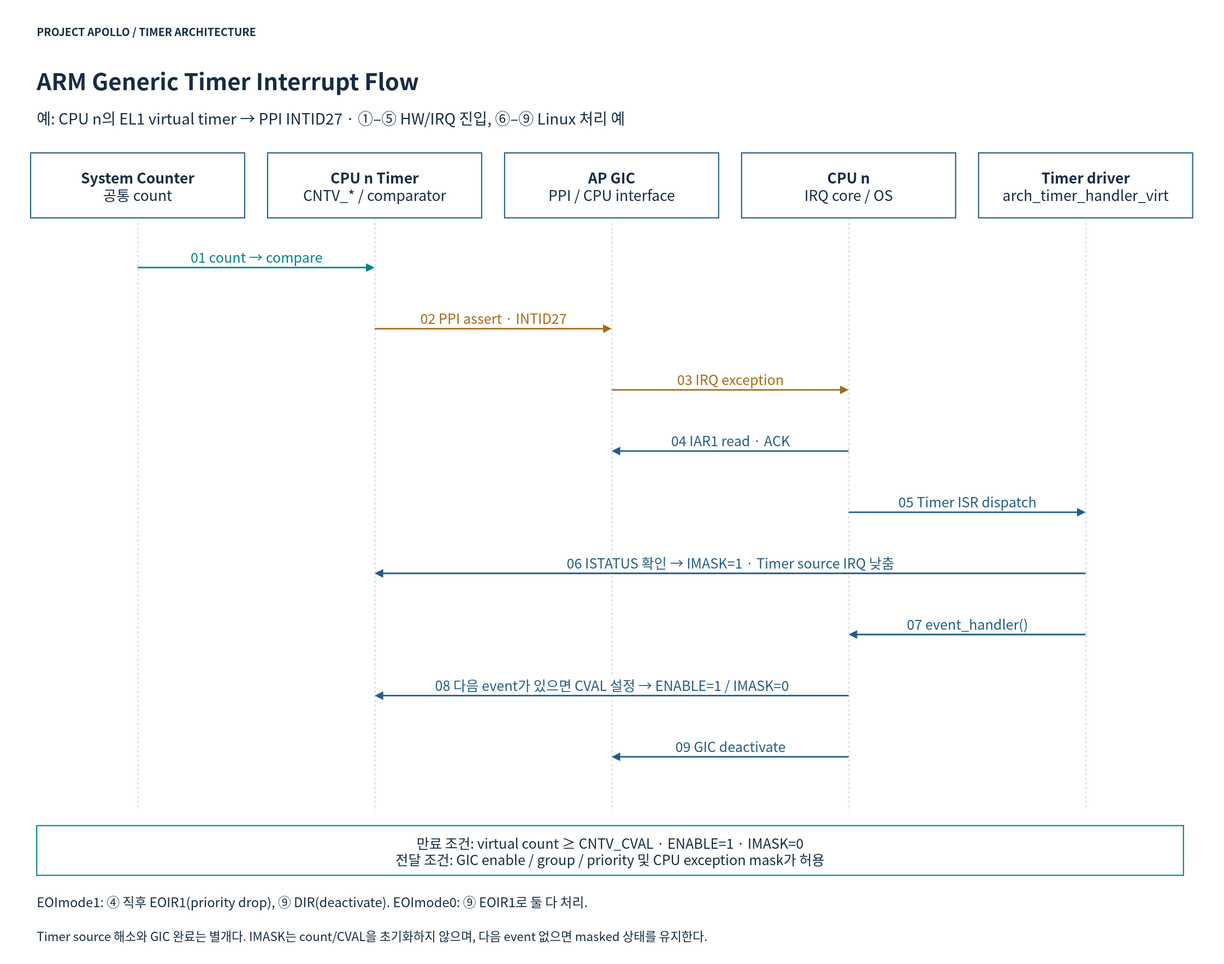
The draw.io diagram doc/phase1/timer/diagrams/01-irq-flow.drawio.svg in cometzero/project-apollo, before a commit. Source tidied: cells renumbered, new cells last; positions are measured from the earlier drawing's top-left corner, leaving out a move shared by most shapes.
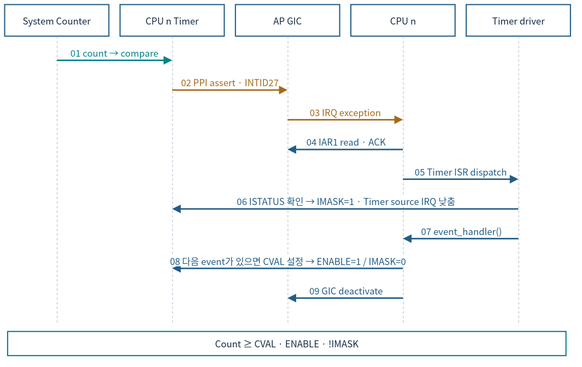
After the change.

Change to the diagram source:
```diff
@@ -2,125 +2,107 @@
   <root>
     <mxCell id="0" />
     <mxCell id="1" parent="0" />
-    <mxCell id="2" style="rounded=0;whiteSpace=wrap;html=1;fillColor=#FFFFFF;fontColor=#172C43;fontFamily=Noto Sans CJK KR;fontSize=21;strokeWidth=1.5;spacing=12;strokeColor=none;" parent="1" vertex="1">
-      <mxGeometry width="1600" height="1260" as="geometry" />
-    </mxCell>
-    <mxCell id="3" value="PROJECT APOLLO / TIMER ARCHITECTURE" style="rounded=0;whiteSpace=wrap;html=1;fillColor=#FFFFFF;fontColor=#172C43;fontFamily=Noto Sans CJK KR;fontSize=21;strokeWidth=1.5;spacing=12;strokeColor=none;align=left;fontSize=14;fontStyle=1;spacing=0;" parent="1" vertex="1">
-      <mxGeometry x="48" y="26" width="1500" height="30" as="geometry" />
-    </mxCell>
-    <mxCell id="4" value="ARM Generic Timer Interrupt Flow" style="rounded=0;whiteSpace=wrap;html=1;fillColor=#FFFFFF;fontColor=#172C43;fontFamily=Noto Sans CJK KR;fontSize=21;strokeWidth=1.5;spacing=12;strokeColor=none;align=left;fontSize=30;fontStyle=1;spacing=0;" parent="1" vertex="1">
-      <mxGeometry x="48" y="76" width="1500" height="55" as="geometry" />
-    </mxCell>
-    <mxCell id="5" value="예: CPU n의 EL1 virtual timer → PPI INTID27 · ①–⑤ HW/IRQ 진입, ⑥–⑨ Linux 처리 예" style="rounded=0;whiteSpace=wrap;html=1;fillColor=#FFFFFF;fontColor=#172C43;fontFamily=Noto Sans CJK KR;fontSize=21;strokeWidth=1.5;spacing=12;strokeColor=none;align=left;fontSize=20;spacing=0;" parent="1" vertex="1">
-      <mxGeometry x="48" y="138" width="1500" height="32" as="geometry" />
-    </mxCell>
-    <mxCell id="6" value="&lt;b&gt;System Counter&lt;/b&gt;&lt;br&gt;공통 count" style="rounded=0;whiteSpace=wrap;html=1;fillColor=#FFFFFF;fontColor=#172C43;fontFamily=Noto Sans CJK KR;fontSize=21;strokeWidth=1.5;spacing=12;strokeColor=#235D86;fontSize=19;" parent="1" vertex="1">
-      <mxGeometry x="40" y="200" width="280" height="85" as="geometry" />
+    <mxCell id="6" value="System Counter" style="rounded=0;whiteSpace=wrap;html=1;fillColor=#FFFFFF;fontColor=#172C43;fontFamily=Noto Sans CJK KR;strokeWidth=1.5;strokeColor=#235D86;fontSize=12;spacing=3;whiteSpace=wrap;" parent="1" vertex="1">
+      <mxGeometry x="12" y="12" width="136.3" height="41.4" as="geometry" />
     </mxCell>
-    <mxCell id="7" style="endArrow=none;dashed=1;strokeColor=#BBCADA;strokeWidth=1;" parent="1" edge="1">
+    <mxCell id="7" style="endArrow=none;dashed=1;strokeColor=#BBCADA;strokeWidth=1;fontSize=12;spacing=3;whiteSpace=nowrap;" parent="1" edge="1">
       <mxGeometry relative="1" as="geometry">
-        <mxPoint x="180" y="285" as="sourcePoint" />
-        <mxPoint x="180" y="1060" as="targetPoint" />
+        <mxPoint x="80.2" y="53.4" as="sourcePoint" />
+        <mxPoint x="80.2" y="430.7" as="targetPoint" />
       </mxGeometry>
     </mxCell>
-    <mxCell id="8" value="&lt;b&gt;CPU n Timer&lt;/b&gt;&lt;br&gt;CNTV_* / comparator" style="rounded=0;whiteSpace=wrap;html=1;fillColor=#FFFFFF;fontColor=#172C43;fontFamily=Noto Sans CJK KR;fontSize=21;strokeWidth=1.5;spacing=12;strokeColor=#235D86;fontSize=19;" parent="1" vertex="1">
-      <mxGeometry x="350" y="200" width="280" height="85" as="geometry" />
+    <mxCell id="8" value="CPU n Timer" style="rounded=0;whiteSpace=wrap;html=1;fillColor=#FFFFFF;fontColor=#172C43;fontFamily=Noto Sans CJK KR;strokeWidth=1.5;strokeColor=#235D86;fontSize=12;spacing=3;whiteSpace=wrap;" parent="1" vertex="1">
+      <mxGeometry x="162.9" y="12" width="136.3" height="41.4" as="geometry" />
     </mxCell>
-    <mxCell id="9" style="endArrow=none;dashed=1;strokeColor=#BBCADA;strokeWidth=1;" parent="1" edge="1">
+    <mxCell id="9" style="endArrow=none;dashed=1;strokeColor=#BBCADA;strokeWidth=1;fontSize=12;spacing=3;whiteSpace=nowrap;" parent="1" edge="1">
       <mxGeometry relative="1" as="geometry">
-        <mxPoint x="490" y="285" as="sourcePoint" />
-        <mxPoint x="490" y="1060" as="targetPoint" />
+        <mxPoint x="231.1" y="53.4" as="sourcePoint" />
+        <mxPoint x="231.1" y="430.7" as="targetPoint" />
       </mxGeometry>
     </mxCell>
-    <mxCell id="10" value="&lt;b&gt;AP GIC&lt;/b&gt;&lt;br&gt;PPI / CPU interface" style="rounded=0;whiteSpace=wrap;html=1;fillColor=#FFFFFF;fontColor=#172C43;fontFamily=Noto Sans CJK KR;fontSize=21;strokeWidth=1.5;spacing=12;strokeColor=#235D86;fontSize=19;" parent="1" vertex="1">
-      <mxGeometry x="660" y="200" width="280" height="85" as="geometry" />
+    <mxCell id="10" value="AP GIC" style="rounded=0;whiteSpace=wrap;html=1;fillColor=#FFFFFF;fontColor=#172C43;fontFamily=Noto Sans CJK KR;strokeWidth=1.5;strokeColor=#235D86;fontSize=12;spacing=3;whiteSpace=wrap;" parent="1" vertex="1">
+      <mxGeometry x="313.8" y="12" width="136.3" height="41.4" as="geometry" />
     </mxCell>
-    <mxCell id="11" style="endArrow=none;dashed=1;strokeColor=#BBCADA;strokeWidth=1;" parent="1" edge="1">
+    <mxCell id="11" style="endArrow=none;dashed=1;strokeColor=#BBCADA;strokeWidth=1;fontSize=12;spacing=3;whiteSpace=nowrap;" parent="1" edge="1">
       <mxGeometry relative="1" as="geometry">
-        <mxPoint x="800" y="285" as="sourcePoint" />
-        <mxPoint x="800" y="1060" as="targetPoint" />
+        <mxPoint x="382" y="53.4" as="sourcePoint" />
+        <mxPoint x="382" y="430.7" as="targetPoint" />
       </mxGeometry>
     </mxCell>
-    <mxCell id="12" value="&lt;b&gt;CPU n&lt;/b&gt;&lt;br&gt;IRQ core / OS" style="rounded=0;whiteSpace=wrap;html=1;fillColor=#FFFFFF;fontColor=#172C43;fontFamily=Noto Sans CJK KR;fontSize=21;strokeWidth=1.5;spacing=12;strokeColor=#235D86;fontSize=19;" parent="1" vertex="1">
-      <mxGeometry x="970" y="200" width="280" height="85" as="geometry" />
+    <mxCell id="12" value="CPU n" style="rounded=0;whiteSpace=wrap;html=1;fillColor=#FFFFFF;fontColor=#172C43;fontFamily=Noto Sans CJK KR;strokeWidth=1.5;strokeColor=#235D86;fontSize=12;spacing=3;whiteSpace=wrap;" parent="1" vertex="1">
+      <mxGeometry x="464.8" y="12" width="136.3" height="41.4" as="geometry" />
     </mxCell>
-    <mxCell id="13" style="endArrow=none;dashed=1;strokeColor=#BBCADA;strokeWidth=1;" parent="1" edge="1">
+    <mxCell id="13" style="endArrow=none;dashed=1;strokeColor=#BBCADA;strokeWidth=1;fontSize=12;spacing=3;whiteSpace=nowrap;" parent="1" edge="1">
       <mxGeometry relative="1" as="geometry">
-        <mxPoint x="1110" y="285" as="sourcePoint" />
-        <mxPoint x="1110" y="1060" as="targetPoint" />
+        <mxPoint x="532.9" y="53.4" as="sourcePoint" />
+        <mxPoint x="532.9" y="430.7" as="targetPoint" />
       </mxGeometry>
     </mxCell>
-    <mxCell id="14" value="&lt;b&gt;Timer driver&lt;/b&gt;&lt;br&gt;arch_timer_handler_virt" style="rounded=0;whiteSpace=wrap;html=1;fillColor=#FFFFFF;fontColor=#172C43;fontFamily=Noto Sans CJK KR;fontSize=21;strokeWidth=1.5;spacing=12;strokeColor=#235D86;fontSize=19;" parent="1" vertex="1">
-      <mxGeometry x="1280" y="200" width="280" height="85" as="geometry" />
+    <mxCell id="14" value="Timer driver" style="rounded=0;whiteSpace=wrap;html=1;fillColor=#FFFFFF;fontColor=#172C43;fontFamily=Noto Sans CJK KR;strokeWidth=1.5;strokeColor=#235D86;fontSize=12;spacing=3;whiteSpace=wrap;" parent="1" vertex="1">
+      <mxGeometry x="615.7" y="12" width="136.3" height="41.4" as="geometry" />
     </mxCell>
-    <mxCell id="15" style="endArrow=none;dashed=1;strokeColor=#BBCADA;strokeWidth=1;" parent="1" edge="1">
+    <mxCell id="15" style="endArrow=none;dashed=1;strokeColor=#BBCADA;strokeWidth=1;fontSize=12;spacing=3;whiteSpace=nowrap;" parent="1" edge="1">
       <mxGeometry relative="1" as="geometry">
-        <mxPoint x="1420" y="285" as="sourcePoint" />
-        <mxPoint x="1420" y="1060" as="targetPoint" />
+        <mxPoint x="683.8" y="53.4" as="sourcePoint" />
+        <mxPoint x="683.8" y="430.7" as="targetPoint" />
       </mxGeometry>
     </mxCell>
-    <mxCell id="16" value="01  count → compare" style="html=1;endArrow=block;endFill=1;strokeWidth=2;strokeColor=#00838A;fontColor=#00838A;fontFamily=Noto Sans CJK KR;fontSize=18;labelBackgroundColor=#FFFFFF;verticalAlign=bottom;" parent="1" edge="1">
+    <mxCell id="16" value="01  count → compare" style="html=1;endArrow=block;endFill=1;strokeWidth=2;strokeColor=#00838A;fontColor=#00838A;fontFamily=Noto Sans CJK KR;labelBackgroundColor=#FFFFFF;verticalAlign=bottom;fontSize=12;spacing=3;whiteSpace=nowrap;" parent="1" edge="1">
       <mxGeometry relative="1" as="geometry">
-        <mxPoint x="180" y="350" as="sourcePoint" />
-        <mxPoint x="490" y="350" as="targetPoint" />
+        <mxPoint x="80.2" y="85" as="sourcePoint" />
+        <mxPoint x="231.1" y="85" as="targetPoint" />
       </mxGeometry>
     </mxCell>
-    <mxCell id="17" value="02  PPI assert · INTID27" style="html=1;endArrow=block;endFill=1;strokeWidth=2;strokeColor=#A56A1A;fontColor=#A56A1A;fontFamily=Noto Sans CJK KR;fontSize=18;labelBackgroundColor=#FFFFFF;verticalAlign=bottom;" parent="1" edge="1">
+    <mxCell id="17" value="02  PPI assert · INTID27" style="html=1;endArrow=block;endFill=1;strokeWidth=2;strokeColor=#A56A1A;fontColor=#A56A1A;fontFamily=Noto Sans CJK KR;labelBackgroundColor=#FFFFFF;verticalAlign=bottom;fontSize=12;spacing=3;whiteSpace=nowrap;" parent="1" edge="1">
       <mxGeometry relative="1" as="geometry">
-        <mxPoint x="490" y="430" as="sourcePoint" />
-        <mxPoint x="800" y="430" as="targetPoint" />
+        <mxPoint x="231.1" y="124" as="sourcePoint" />
+        <mxPoint x="382" y="124" as="targetPoint" />
       </mxGeometry>
     </mxCell>
-    <mxCell id="18" value="03  IRQ exception" style="html=1;endArrow=block;endFill=1;strokeWidth=2;strokeColor=#A56A1A;fontColor=#A56A1A;fontFamily=Noto Sans CJK KR;fontSize=18;labelBackgroundColor=#FFFFFF;verticalAlign=bottom;" parent="1" edge="1">
+    <mxCell id="18" value="03  IRQ exception" style="html=1;endArrow=block;endFill=1;strokeWidth=2;strokeColor=#A56A1A;fontColor=#A56A1A;fontFamily=Noto Sans CJK KR;labelBackgroundColor=#FFFFFF;verticalAlign=bottom;fontSize=12;spacing=3;whiteSpace=nowrap;" parent="1" edge="1">
       <mxGeometry relative="1" as="geometry">
-        <mxPoint x="800" y="510" as="sourcePoint" />
-        <mxPoint x="1110" y="510" as="targetPoint" />
+        <mxPoint x="382" y="162.9" as="sourcePoint" />
+        <mxPoint x="532.9" y="162.9" as="targetPoint" />
       </mxGeometry>
     </mxCell>
-    <mxCell id="19" value="04  IAR1 read · ACK" style="html=1;endArrow=block;endFill=1;strokeWidth=2;strokeColor=#235D86;fontColor=#235D86;fontFamily=Noto Sans CJK KR;fontSize=18;labelBackgroundColor=#FFFFFF;verticalAlign=bottom;" parent="1" edge="1">
+    <mxCell id="19" value="04  IAR1 read · ACK" style="html=1;endArrow=block;endFill=1;strokeWidth=2;strokeColor=#235D86;fontColor=#235D86;fontFamily=Noto Sans CJK KR;labelBackgroundColor=#FFFFFF;verticalAlign=bottom;fontSize=12;spacing=3;whiteSpace=nowrap;" parent="1" edge="1">
       <mxGeometry relative="1" as="geometry">
-        <mxPoint x="1110" y="590" as="sourcePoint" />
-        <mxPoint x="800" y="590" as="targetPoint" />
+        <mxPoint x="532.9" y="201.9" as="sourcePoint" />
+        <mxPoint x="382" y="201.9" as="targetPoint" />
       </mxGeometry>
     </mxCell>
-    <mxCell id="20" value="05  Timer ISR dispatch" style="html=1;endArrow=block;endFill=1;strokeWidth=2;strokeColor=#235D86;fontColor=#235D86;fontFamily=Noto Sans CJK KR;fontSize=18;labelBackgroundColor=#FFFFFF;verticalAlign=bottom;" parent="1" edge="1">
+    <mxCell id="20" value="05  Timer ISR dispatch" style="html=1;endArrow=block;endFill=1;strokeWidth=2;strokeColor=#235D86;fontColor=#235D86;fontFamily=Noto Sans CJK KR;labelBackgroundColor=#FFFFFF;verticalAlign=bottom;fontSize=12;spacing=3;whiteSpace=nowrap;" parent="1" edge="1">
       <mxGeometry relative="1" as="geometry">
-        <mxPoint x="1110" y="670" as="sourcePoint" />
-        <mxPoint x="1420" y="670" as="targetPoint" />
+        <mxPoint x="532.9" y="240.8" as="sourcePoint" />
+        <mxPoint x="683.8" y="240.8" as="targetPoint" />
       </mxGeometry>
     </mxCell>
-    <mxCell id="21" value="06  ISTATUS 확인 → IMASK=1 · Timer source IRQ 낮춤" style="html=1;endArrow=block;endFill=1;strokeWidth=2;strokeColor=#235D86;fontColor=#235D86;fontFamily=Noto Sans CJK KR;fontSize=18;labelBackgroundColor=#FFFFFF;verticalAlign=bottom;" parent="1" edge="1">
+    <mxCell id="21" value="06  ISTATUS 확인 → IMASK=1 · Timer source IRQ 낮춤" style="html=1;endArrow=block;endFill=1;strokeWidth=2;strokeColor=#235D86;fontColor=#235D86;fontFamily=Noto Sans CJK KR;labelBackgroundColor=#FFFFFF;verticalAlign=bottom;fontSize=12;spacing=3;whiteSpace=nowrap;" parent="1" edge="1">
       <mxGeometry relative="1" as="geometry">
-        <mxPoint x="1420" y="750" as="sourcePoint" />
-        <mxPoint x="490" y="750" as="targetPoint" />
+        <mxPoint x="683.8" y="279.8" as="sourcePoint" />
+        <mxPoint x="231.1" y="279.8" as="targetPoint" />
       </mxGeometry>
     </mxCell>
-    <mxCell id="22" value="07  event_handler()" style="html=1;endArrow=block;endFill=1;strokeWidth=2;strokeColor=#235D86;fontColor=#235D86;fontFamily=Noto Sans CJK KR;fontSize=18;labelBackgroundColor=#FFFFFF;verticalAlign=bottom;" parent="1" edge="1">
+    <mxCell id="22" value="07  event_handler()" style="html=1;endArrow=block;endFill=1;strokeWidth=2;strokeColor=#235D86;fontColor=#235D86;fontFamily=Noto Sans CJK KR;labelBackgroundColor=#FFFFFF;verticalAlign=bottom;fontSize=12;spacing=3;whiteSpace=nowrap;" parent="1" edge="1">
       <mxGeometry relative="1" as="geometry">
-        <mxPoint x="1420" y="830" as="sourcePoint" />
-        <mxPoint x="1110" y="830" as="targetPoint" />
+        <mxPoint x="683.8" y="318.7" as="sourcePoint" />
+        <mxPoint x="532.9" y="318.7" as="targetPoint" />
       </mxGeometry>
     </mxCell>
-    <mxCell id="23" value="08  다음 event가 있으면 CVAL 설정 → ENABLE=1 / IMASK=0" style="html=1;endArrow=block;endFill=1;strokeWidth=2;strokeColor=#235D86;fontColor=#235D86;fontFamily=Noto Sans CJK KR;fontSize=18;labelBackgroundColor=#FFFFFF;verticalAlign=bottom;" parent="1" edge="1">
+    <mxCell id="23" value="08  다음 event가 있으면 CVAL 설정 → ENABLE=1 / IMASK=0" style="html=1;endArrow=block;endFill=1;strokeWidth=2;strokeColor=#235D86;fontColor=#235D86;fontFamily=Noto Sans CJK KR;labelBackgroundColor=#FFFFFF;verticalAlign=bottom;fontSize=12;spacing=3;whiteSpace=nowrap;" parent="1" edge="1">
       <mxGeometry relative="1" as="geometry">
-        <mxPoint x="1110" y="910" as="sourcePoint" />
-        <mxPoint x="490" y="910" as="targetPoint" />
+        <mxPoint x="532.9" y="357.7" as="sourcePoint" />
+        <mxPoint x="231.1" y="357.7" as="targetPoint" />
       </mxGeometry>
     </mxCell>
-    <mxCell id="24" value="09  GIC deactivate" style="html=1;endArrow=block;endFill=1;strokeWidth=2;strokeColor=#235D86;fontColor=#235D86;fontFamily=Noto Sans CJK KR;fontSize=18;labelBackgroundColor=#FFFFFF;verticalAlign=bottom;" parent="1" edge="1">
+    <mxCell id="24" value="09  GIC deactivate" style="html=1;endArrow=block;endFill=1;strokeWidth=2;strokeColor=#235D86;fontColor=#235D86;fontFamily=Noto Sans CJK KR;labelBackgroundColor=#FFFFFF;verticalAlign=bottom;fontSize=12;spacing=3;whiteSpace=nowrap;" parent="1" edge="1">
       <mxGeometry relative="1" as="geometry">
-        <mxPoint x="1110" y="990" as="sourcePoint" />
-        <mxPoint x="800" y="990" as="targetPoint" />
+        <mxPoint x="532.9" y="396.6" as="sourcePoint" />
+        <mxPoint x="382" y="396.6" as="targetPoint" />
       </mxGeometry>
     </mxCell>
-    <mxCell id="25" value="만료 조건: virtual count ≥ CNTV_CVAL · ENABLE=1 · IMASK=0&#10;전달 조건: GIC enable / group / priority 및 CPU exception mask가 허용" style="rounded=0;whiteSpace=wrap;html=1;fillColor=#FFFFFF;fontColor=#172C43;fontFamily=Noto Sans CJK KR;fontSize=21;strokeWidth=1.5;spacing=12;strokeColor=#00838A;fontSize=18;" parent="1" vertex="1">
-      <mxGeometry x="48" y="1080" width="1500" height="65" as="geometry" />
+    <mxCell id="25" value="Count ≥ CVAL · ENABLE · !IMASK" style="rounded=0;whiteSpace=wrap;html=1;fillColor=#FFFFFF;fontColor=#172C43;fontFamily=Noto Sans CJK KR;strokeWidth=1.5;strokeColor=#00838A;fontSize=12;spacing=3;whiteSpace=wrap;" parent="1" vertex="1">
+      <mxGeometry x="15.9" y="440.4" width="730.3" height="31.6" as="geometry" />
     </mxCell>
-    <mxCell id="26" value="EOImode1: ④ 직후 EOIR1(priority drop), ⑨ DIR(deactivate). EOImode0: ⑨ EOIR1로 둘 다 처리." style="rounded=0;whiteSpace=wrap;html=1;fillColor=#FFFFFF;fontColor=#172C43;fontFamily=Noto Sans CJK KR;fontSize=21;strokeWidth=1.5;spacing=12;strokeColor=none;align=left;fontSize=17;spacing=0;" parent="1" vertex="1">
-      <mxGeometry x="48" y="1165" width="1500" height="30" as="geometry" />
-    </mxCell>
-    <mxCell id="27" value="Timer source 해소와 GIC 완료는 별개다. IMASK는 count/CVAL을 초기화하지 않으며, 다음 event 없으면 masked 상태를 유지한다." style="rounded=0;whiteSpace=wrap;html=1;fillColor=#FFFFFF;fontColor=#172C43;fontFamily=Noto Sans CJK KR;fontSize=21;strokeWidth=1.5;spacing=12;strokeColor=none;align=left;fontSize=16;spacing=0;" parent="1" vertex="1">
-      <mxGeometry x="48" y="1210" width="1500" height="28" as="geometry" />
-    </mxCell>
   </root>
 </mxGraphModel>
```
